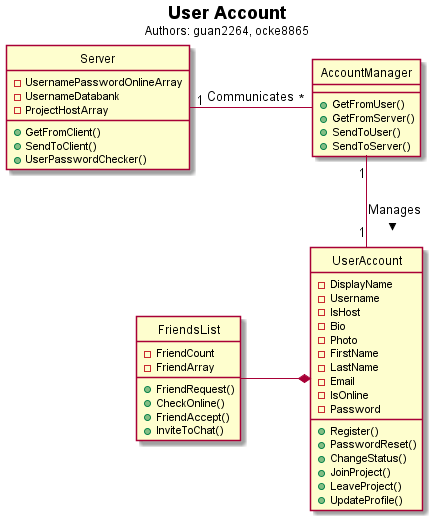
The PlantUML diagram hw3/UserAccount/UserAccountlol.png in voxelv/sQuire_kw, before a commit.
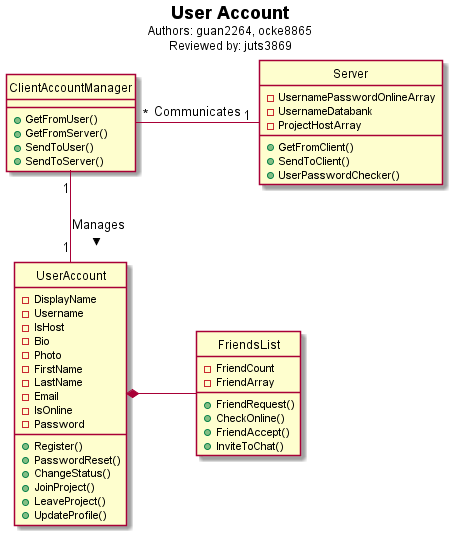
Later version of the same file.

Commit message:
Changed client to server direction for consistency

The edit, as a diff of the source:
```diff
@@ -1,7 +1,7 @@
 @startuml
 hide circles
 
-Title <b>User Account</b>\n<size:12>Authors: guan2264, ocke8865</size>
+Title <b>User Account</b>\n<size:12>Authors: guan2264, ocke8865</size>\n<size:12>Reviewed by: juts3869</size>
 
 
 class "Server" as ss{
@@ -43,7 +43,7 @@
 +InviteToChat()
 }
 
-class "AccountManager" as sc {
+class "ClientAccountManager" as sc {
 +GetFromUser()
 +GetFromServer()
 +SendToUser()
@@ -52,7 +52,7 @@
 
 
 sc "1"  -- "1" ua : Manages >
-ss "1"  -r- "*" sc : Communicates
+ss "1"  -l- "*" sc : Communicates
 
-fl  -l-* ua
+fl  -r-* ua
 @enduml
```
